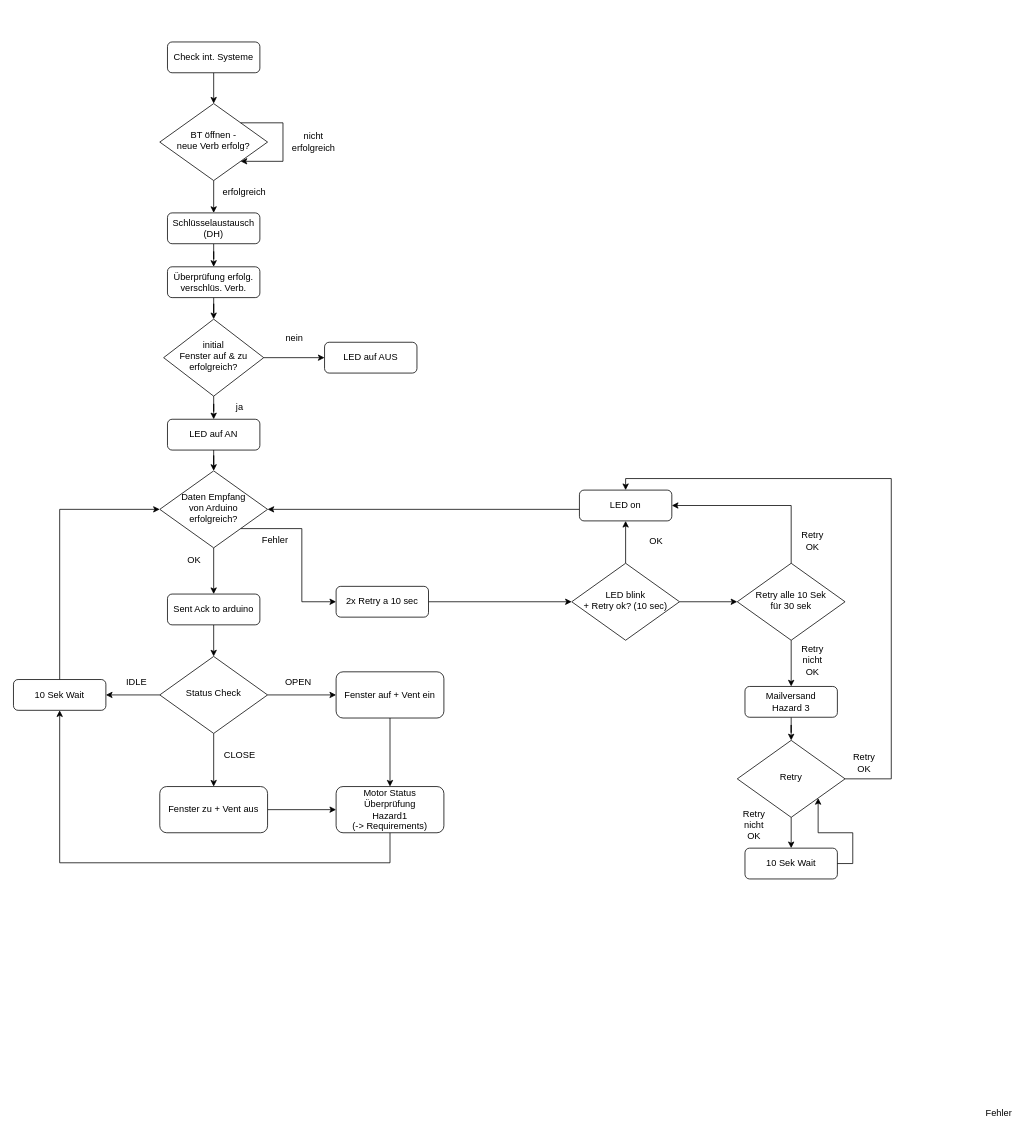
This is Graphic/ablaufdiag_pi.drawio from apg1034/RoomVentilation, a draw.io file, before an edit. Source tidied: cells renumbered, new cells numbered last; positions are measured from the earlier drawing's top-left corner, leaving out a move shared by most shapes. Both pictures are drawn from the tidied source at 77%, with x=0, y=0 at pixel (13, 42).
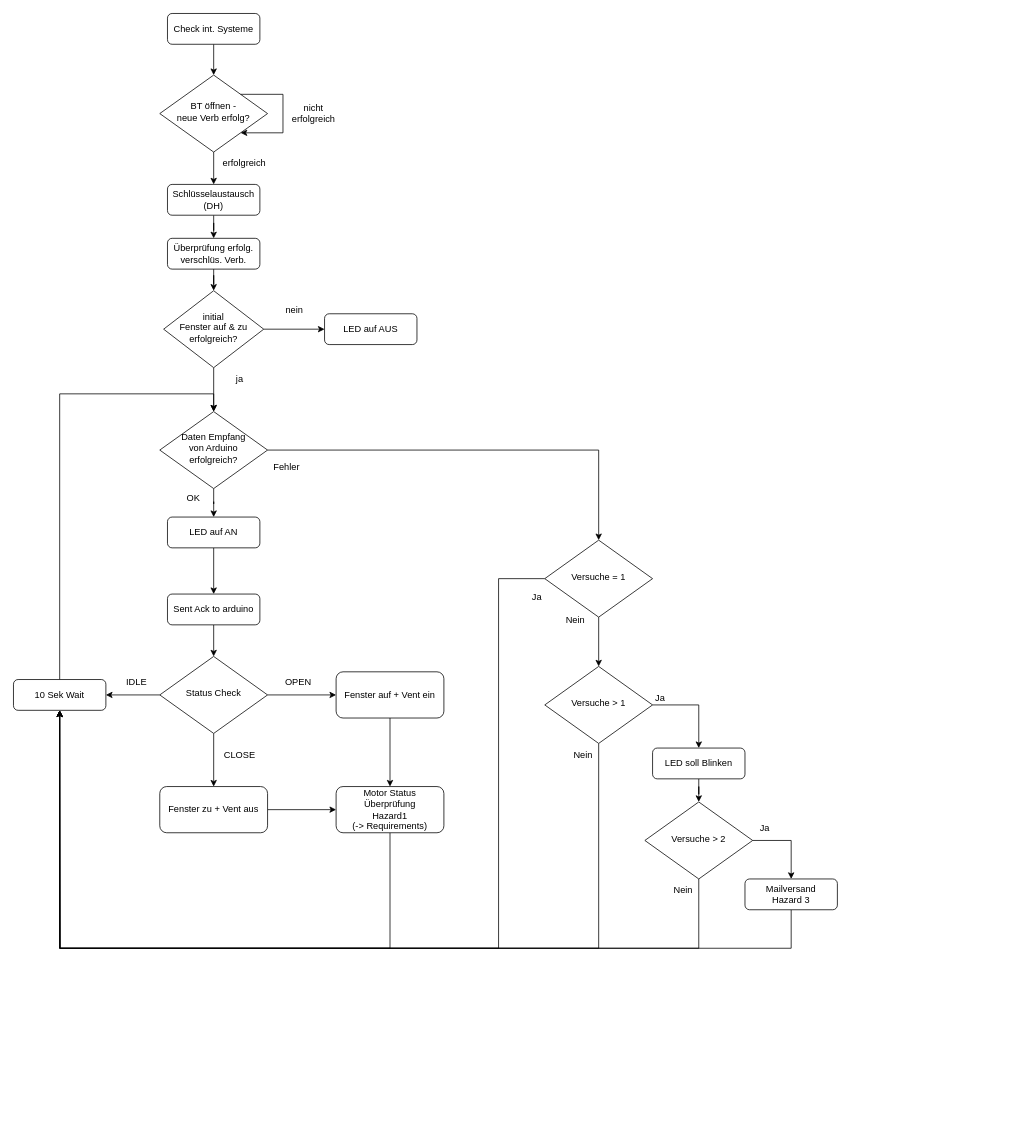
The same page after the edit.

Commit message (it also covers changes not shown here):
Update: Diagramme korrigiert

The change refers to these unchanged cells:
```xml
<mxCell id="47" value="10 Sek Wait" style="rounded=1;whiteSpace=wrap;html=1;fontSize=12;glass=0;strokeWidth=1;shadow=0;" parent="1" vertex="1">
  <mxGeometry y="828" width="120" height="40" as="geometry" />
</mxCell>
<mxCell id="52" value="Motor Status Überprüfung&lt;br&gt;Hazard1&lt;br&gt;(-&amp;gt; Requirements)" style="rounded=1;whiteSpace=wrap;html=1;fontSize=12;glass=0;strokeWidth=1;shadow=0;" parent="1" vertex="1">
  <mxGeometry x="419" y="967" width="140" height="60" as="geometry" />
</mxCell>
<mxCell id="65" value="Sent Ack to arduino" style="rounded=1;whiteSpace=wrap;html=1;fontSize=12;glass=0;strokeWidth=1;shadow=0;" parent="1" vertex="1">
  <mxGeometry x="200" y="717" width="120" height="40" as="geometry" />
</mxCell>
```

The edit, as a diff of the source:
```diff
@@
     <mxCell id="3" value="Check int. Systeme" style="rounded=1;whiteSpace=wrap;html=1;fontSize=12;glass=0;strokeWidth=1;shadow=0;" parent="1" vertex="1">
-      <mxGeometry x="200" width="120" height="40" as="geometry" />
+      <mxGeometry x="200" y="-37" width="120" height="40" as="geometry" />
     </mxCell>
@@
     <mxCell id="5" value="BT öffnen - &lt;br&gt;neue Verb erfolg?" style="rhombus;whiteSpace=wrap;html=1;shadow=0;fontFamily=Helvetica;fontSize=12;align=center;strokeWidth=1;spacing=6;spacingTop=-4;" parent="1" vertex="1">
-      <mxGeometry x="190" y="80" width="140" height="100" as="geometry" />
+      <mxGeometry x="190" y="43" width="140" height="100" as="geometry" />
     </mxCell>
     <mxCell id="6" style="edgeStyle=orthogonalEdgeStyle;rounded=0;orthogonalLoop=1;jettySize=auto;html=1;exitX=1;exitY=0;exitDx=0;exitDy=0;entryX=1;entryY=1;entryDx=0;entryDy=0;" parent="1" edge="1" source="5" target="5">
       <mxGeometry relative="1" as="geometry">
         <Array as="points">
-          <mxPoint x="350" y="105" />
-          <mxPoint x="350" y="155" />
+          <mxPoint x="350" y="68" />
+          <mxPoint x="350" y="118" />
         </Array>
       </mxGeometry>
     </mxCell>
     <mxCell id="7" value="nicht erfolgreich" style="text;html=1;align=center;verticalAlign=middle;whiteSpace=wrap;rounded=0;" parent="1" vertex="1">
-      <mxGeometry x="360" y="115" width="60" height="30" as="geometry" />
+      <mxGeometry x="360" y="78" width="60" height="30" as="geometry" />
     </mxCell>
@@
     <mxCell id="9" value="Schlüsselaustausch (DH)" style="rounded=1;whiteSpace=wrap;html=1;fontSize=12;glass=0;strokeWidth=1;shadow=0;" parent="1" vertex="1">
-      <mxGeometry x="200" y="222" width="120" height="40" as="geometry" />
+      <mxGeometry x="200" y="185" width="120" height="40" as="geometry" />
     </mxCell>
@@
     <mxCell id="11" value="Überprüfung erfolg. verschlüs. Verb." style="rounded=1;whiteSpace=wrap;html=1;fontSize=12;glass=0;strokeWidth=1;shadow=0;" parent="1" vertex="1">
-      <mxGeometry x="200" y="292" width="120" height="40" as="geometry" />
+      <mxGeometry x="200" y="255" width="120" height="40" as="geometry" />
     </mxCell>
     <mxCell id="12" value="erfolgreich" style="text;html=1;align=center;verticalAlign=middle;whiteSpace=wrap;rounded=0;" parent="1" vertex="1">
-      <mxGeometry x="270" y="180" width="60" height="30" as="geometry" />
+      <mxGeometry x="270" y="143" width="60" height="30" as="geometry" />
     </mxCell>
-    <mxCell id="13" style="edgeStyle=orthogonalEdgeStyle;rounded=0;jettySize=auto;html=1;entryX=0;entryY=0.5;entryDx=0;entryDy=0;exitX=1;exitY=1;exitDx=0;exitDy=0;" parent="1" edge="1" source="15" target="18">
+    <mxCell id="13" style="edgeStyle=orthogonalEdgeStyle;rounded=0;jettySize=auto;html=1;entryX=0.5;entryY=0;entryDx=0;entryDy=0;" parent="1" edge="1" source="15" target="73">
       <mxGeometry relative="1" as="geometry" />
     </mxCell>
-    <mxCell id="14" style="edgeStyle=orthogonalEdgeStyle;rounded=0;jettySize=auto;html=1;entryX=0.5;entryY=0;entryDx=0;entryDy=0;" parent="1" edge="1" source="15" target="65">
-      <mxGeometry relative="1" as="geometry" />
-    </mxCell>
+    <mxCell id="66" style="edgeStyle=orthogonalEdgeStyle;rounded=0;jettySize=auto;html=1;" parent="1" edge="1" source="15" target="63">
+      <mxGeometry relative="1" as="geometry" />
+    </mxCell>
     <mxCell id="15" value="Daten Empfang&lt;br&gt;von Arduino&lt;br&gt;erfolgreich?" style="rhombus;whiteSpace=wrap;html=1;shadow=0;fontFamily=Helvetica;fontSize=12;align=center;strokeWidth=1;spacing=6;spacingTop=-4;" parent="1" vertex="1">
-      <mxGeometry x="190" y="557" width="140" height="100" as="geometry" />
+      <mxGeometry x="190" y="480" width="140" height="100" as="geometry" />
     </mxCell>
-    <mxCell id="16" value="OK" style="text;html=1;align=center;verticalAlign=middle;whiteSpace=wrap;rounded=0;" parent="1" vertex="1">
-      <mxGeometry x="205" y="658" width="60" height="30" as="geometry" />
-    </mxCell>
-    <mxCell id="17" style="edgeStyle=orthogonalEdgeStyle;rounded=0;jettySize=auto;html=1;entryX=0;entryY=0.5;entryDx=0;entryDy=0;" parent="1" edge="1" source="18" target="23">
-      <mxGeometry relative="1" as="geometry" />
-    </mxCell>
-    <mxCell id="18" value="2x Retry a 10 sec" style="rounded=1;whiteSpace=wrap;html=1;fontSize=12;glass=0;strokeWidth=1;shadow=0;" parent="1" vertex="1">
-      <mxGeometry x="419" y="707" width="120" height="40" as="geometry" />
-    </mxCell>
     <mxCell id="19" value="Fehler" style="text;html=1;align=center;verticalAlign=middle;whiteSpace=wrap;rounded=0;" parent="1" vertex="1">
-      <mxGeometry x="310" y="632" width="60" height="30" as="geometry" />
+      <mxGeometry x="325" y="537" width="60" height="30" as="geometry" />
     </mxCell>
-    <mxCell id="20" value="Fehler" style="text;html=1;align=center;verticalAlign=middle;whiteSpace=wrap;rounded=0;" parent="1" vertex="1">
-      <mxGeometry x="1250" y="1377" width="60" height="30" as="geometry" />
-    </mxCell>
-    <mxCell id="21" style="edgeStyle=orthogonalEdgeStyle;rounded=0;jettySize=auto;html=1;entryX=0.5;entryY=1;entryDx=0;entryDy=0;" parent="1" edge="1" source="23" target="25">
-      <mxGeometry relative="1" as="geometry" />
-    </mxCell>
-    <mxCell id="22" style="edgeStyle=orthogonalEdgeStyle;rounded=0;jettySize=auto;html=1;entryX=0;entryY=0.5;entryDx=0;entryDy=0;" parent="1" edge="1" source="23" target="29">
-      <mxGeometry relative="1" as="geometry" />
-    </mxCell>
-    <mxCell id="23" value="LED blink&lt;br&gt;+ Retry ok? (10 sec)" style="rhombus;whiteSpace=wrap;html=1;shadow=0;fontFamily=Helvetica;fontSize=12;align=center;strokeWidth=1;spacing=6;spacingTop=-4;" parent="1" vertex="1">
-      <mxGeometry x="725" y="677" width="140" height="100" as="geometry" />
-    </mxCell>
-    <mxCell id="24" style="edgeStyle=orthogonalEdgeStyle;rounded=0;jettySize=auto;html=1;entryX=1;entryY=0.5;entryDx=0;entryDy=0;" parent="1" edge="1" source="25" target="15">
-      <mxGeometry relative="1" as="geometry">
-        <Array as="points">
-          <mxPoint x="330" y="607" />
-          <mxPoint x="330" y="607" />
-        </Array>
-      </mxGeometry>
-    </mxCell>
-    <mxCell id="25" value="LED on" style="rounded=1;whiteSpace=wrap;html=1;fontSize=12;glass=0;strokeWidth=1;shadow=0;" parent="1" vertex="1">
-      <mxGeometry x="735" y="582" width="120" height="40" as="geometry" />
-    </mxCell>
-    <mxCell id="26" value="OK" style="text;html=1;align=center;verticalAlign=middle;whiteSpace=wrap;rounded=0;" parent="1" vertex="1">
-      <mxGeometry x="805" y="634" width="60" height="30" as="geometry" />
+    <mxCell id="26" value="Ja" style="text;html=1;align=center;verticalAlign=middle;whiteSpace=wrap;rounded=0;" parent="1" vertex="1">
+      <mxGeometry x="650" y="706" width="60" height="30" as="geometry" />
     </mxCell>
-    <mxCell id="27" style="edgeStyle=orthogonalEdgeStyle;rounded=0;jettySize=auto;html=1;entryX=1;entryY=0.5;entryDx=0;entryDy=0;exitX=0.5;exitY=0;exitDx=0;exitDy=0;" parent="1" edge="1" source="29" target="25">
-      <mxGeometry relative="1" as="geometry" />
-    </mxCell>
-    <mxCell id="28" style="edgeStyle=orthogonalEdgeStyle;rounded=0;jettySize=auto;html=1;entryX=0.5;entryY=0;entryDx=0;entryDy=0;" parent="1" edge="1" source="29" target="32">
-      <mxGeometry relative="1" as="geometry" />
-    </mxCell>
-    <mxCell id="29" value="Retry alle 10 Sek&lt;br&gt;für 30 sek" style="rhombus;whiteSpace=wrap;html=1;shadow=0;fontFamily=Helvetica;fontSize=12;align=center;strokeWidth=1;spacing=6;spacingTop=-4;" parent="1" vertex="1">
-      <mxGeometry x="940" y="677" width="140" height="100" as="geometry" />
-    </mxCell>
-    <mxCell id="30" value="&lt;div&gt;Retry&lt;/div&gt;OK" style="text;html=1;align=center;verticalAlign=middle;whiteSpace=wrap;rounded=0;" parent="1" vertex="1">
-      <mxGeometry x="1003" y="627" width="70" height="42" as="geometry" />
-    </mxCell>
-    <mxCell id="31" style="edgeStyle=orthogonalEdgeStyle;rounded=0;jettySize=auto;html=1;entryX=0.5;entryY=0;entryDx=0;entryDy=0;" parent="1" edge="1" source="32" target="36">
-      <mxGeometry relative="1" as="geometry" />
-    </mxCell>
+    <mxCell id="67" style="edgeStyle=orthogonalEdgeStyle;rounded=0;jettySize=auto;html=1;exitX=0.5;exitY=1;exitDx=0;exitDy=0;entryX=0.5;entryY=1;entryDx=0;entryDy=0;" parent="1" edge="1" source="32" target="47">
+      <mxGeometry relative="1" as="geometry">
+        <Array as="points">
+          <mxPoint x="1010" y="1177" />
+          <mxPoint x="60" y="1177" />
+        </Array>
+      </mxGeometry>
+    </mxCell>
     <mxCell id="32" value="Mailversand&lt;br&gt;Hazard 3" style="rounded=1;whiteSpace=wrap;html=1;fontSize=12;glass=0;strokeWidth=1;shadow=0;" parent="1" vertex="1">
-      <mxGeometry x="950" y="837" width="120" height="40" as="geometry" />
+      <mxGeometry x="950" y="1087" width="120" height="40" as="geometry" />
     </mxCell>
-    <mxCell id="33" value="&lt;div&gt;Retry&lt;/div&gt;&lt;div&gt;nicht&lt;/div&gt;OK" style="text;html=1;align=center;verticalAlign=middle;whiteSpace=wrap;rounded=0;" parent="1" vertex="1">
-      <mxGeometry x="996" y="777" width="84" height="52" as="geometry" />
-    </mxCell>
-    <mxCell id="34" style="edgeStyle=orthogonalEdgeStyle;rounded=0;jettySize=auto;html=1;entryX=0.5;entryY=0;entryDx=0;entryDy=0;" parent="1" edge="1" source="36" target="25">
-      <mxGeometry relative="1" as="geometry">
-        <Array as="points">
-          <mxPoint x="1140" y="957" />
-          <mxPoint x="1140" y="567" />
-          <mxPoint x="795" y="567" />
-        </Array>
-      </mxGeometry>
-    </mxCell>
-    <mxCell id="35" style="edgeStyle=orthogonalEdgeStyle;rounded=0;jettySize=auto;html=1;entryX=0.5;entryY=0;entryDx=0;entryDy=0;" parent="1" edge="1" source="36" target="38">
-      <mxGeometry relative="1" as="geometry" />
-    </mxCell>
-    <mxCell id="36" value="Retry" style="rhombus;whiteSpace=wrap;html=1;shadow=0;fontFamily=Helvetica;fontSize=12;align=center;strokeWidth=1;spacing=6;spacingTop=-4;" parent="1" vertex="1">
-      <mxGeometry x="940" y="907" width="140" height="100" as="geometry" />
-    </mxCell>
-    <mxCell id="37" value="&lt;div&gt;Retry&lt;/div&gt;OK" style="text;html=1;align=center;verticalAlign=middle;whiteSpace=wrap;rounded=0;" parent="1" vertex="1">
-      <mxGeometry x="1070" y="915" width="70" height="42" as="geometry" />
-    </mxCell>
-    <mxCell id="38" value="10 Sek Wait" style="rounded=1;whiteSpace=wrap;html=1;fontSize=12;glass=0;strokeWidth=1;shadow=0;" parent="1" vertex="1">
-      <mxGeometry x="950" y="1047" width="120" height="40" as="geometry" />
-    </mxCell>
-    <mxCell id="39" value="&lt;div&gt;Retry&lt;/div&gt;&lt;div&gt;nicht&lt;/div&gt;OK" style="text;html=1;align=center;verticalAlign=middle;whiteSpace=wrap;rounded=0;" parent="1" vertex="1">
-      <mxGeometry x="920" y="991" width="84" height="52" as="geometry" />
-    </mxCell>
-    <mxCell id="40" style="edgeStyle=orthogonalEdgeStyle;rounded=0;jettySize=auto;html=1;entryX=1;entryY=1;entryDx=0;entryDy=0;exitX=1;exitY=0.5;exitDx=0;exitDy=0;" parent="1" edge="1" source="38" target="36">
-      <mxGeometry relative="1" as="geometry" />
-    </mxCell>
@@
-    <mxCell id="46" style="edgeStyle=orthogonalEdgeStyle;rounded=0;jettySize=auto;html=1;entryX=0;entryY=0.5;entryDx=0;entryDy=0;exitX=0.5;exitY=0;exitDx=0;exitDy=0;" parent="1" edge="1" source="47" target="15">
-      <mxGeometry relative="1" as="geometry" />
+    <mxCell id="46" style="edgeStyle=orthogonalEdgeStyle;rounded=0;jettySize=auto;html=1;exitX=0.5;exitY=0;exitDx=0;exitDy=0;entryX=0.5;entryY=0;entryDx=0;entryDy=0;" parent="1" edge="1" source="47" target="15">
+      <mxGeometry relative="1" as="geometry">
+        <Array as="points">
+          <mxPoint x="60" y="457" />
+          <mxPoint x="260" y="457" />
+        </Array>
+      </mxGeometry>
     </mxCell>
@@
     <mxCell id="51" style="edgeStyle=orthogonalEdgeStyle;rounded=0;jettySize=auto;html=1;entryX=0.5;entryY=1;entryDx=0;entryDy=0;" parent="1" edge="1" source="52" target="47">
       <mxGeometry relative="1" as="geometry">
         <Array as="points">
-          <mxPoint x="489" y="1066" />
-          <mxPoint x="60" y="1066" />
+          <mxPoint x="489" y="1177" />
+          <mxPoint x="60" y="1177" />
         </Array>
       </mxGeometry>
     </mxCell>
@@
-    <mxCell id="57" style="edgeStyle=orthogonalEdgeStyle;rounded=0;jettySize=auto;html=1;entryX=0.5;entryY=0;entryDx=0;entryDy=0;" parent="1" edge="1" source="63" target="15">
-      <mxGeometry relative="1" as="geometry" />
-    </mxCell>
+    <mxCell id="68" style="edgeStyle=orthogonalEdgeStyle;rounded=0;jettySize=auto;html=1;" parent="1" edge="1" source="58" target="15">
+      <mxGeometry relative="1" as="geometry" />
+    </mxCell>
     <mxCell id="58" value="initial&lt;br&gt;Fenster auf &amp;amp; zu&lt;br&gt;erfolgreich?" style="rhombus;whiteSpace=wrap;html=1;shadow=0;fontFamily=Helvetica;fontSize=12;align=center;strokeWidth=1;spacing=6;spacingTop=-4;" parent="1" vertex="1">
-      <mxGeometry x="195" y="360" width="130" height="100" as="geometry" />
+      <mxGeometry x="195" y="323" width="130" height="100" as="geometry" />
     </mxCell>
     <mxCell id="59" value="LED auf AUS" style="rounded=1;whiteSpace=wrap;html=1;fontSize=12;glass=0;strokeWidth=1;shadow=0;" parent="1" vertex="1">
-      <mxGeometry x="404" y="390" width="120" height="40" as="geometry" />
+      <mxGeometry x="404" y="353" width="120" height="40" as="geometry" />
     </mxCell>
     <mxCell id="60" value="nein" style="text;html=1;align=center;verticalAlign=middle;whiteSpace=wrap;rounded=0;" parent="1" vertex="1">
-      <mxGeometry x="335" y="370" width="60" height="30" as="geometry" />
+      <mxGeometry x="335" y="333" width="60" height="30" as="geometry" />
     </mxCell>
     <mxCell id="61" value="ja" style="text;html=1;align=center;verticalAlign=middle;whiteSpace=wrap;rounded=0;" parent="1" vertex="1">
-      <mxGeometry x="264" y="460" width="60" height="30" as="geometry" />
+      <mxGeometry x="264" y="423" width="60" height="30" as="geometry" />
     </mxCell>
-    <mxCell id="62" style="edgeStyle=orthogonalEdgeStyle;rounded=0;jettySize=auto;html=1;entryX=0.5;entryY=0;entryDx=0;entryDy=0;" parent="1" edge="1" source="58" target="63">
-      <mxGeometry relative="1" as="geometry" />
-    </mxCell>
+    <mxCell id="69" style="edgeStyle=orthogonalEdgeStyle;rounded=0;jettySize=auto;html=1;" parent="1" edge="1" source="63" target="65">
+      <mxGeometry relative="1" as="geometry" />
+    </mxCell>
     <mxCell id="63" value="LED auf AN" style="rounded=1;whiteSpace=wrap;html=1;fontSize=12;glass=0;strokeWidth=1;shadow=0;" parent="1" vertex="1">
-      <mxGeometry x="200" y="490" width="120" height="40" as="geometry" />
+      <mxGeometry x="200" y="617" width="120" height="40" as="geometry" />
     </mxCell>
@@
+    <mxCell id="70" style="edgeStyle=orthogonalEdgeStyle;rounded=0;jettySize=auto;html=1;exitX=0;exitY=0.5;exitDx=0;exitDy=0;entryX=0.5;entryY=1;entryDx=0;entryDy=0;" parent="1" edge="1" source="73" target="47">
+      <mxGeometry relative="1" as="geometry">
+        <Array as="points">
+          <mxPoint x="630" y="697" />
+          <mxPoint x="630" y="1177" />
+          <mxPoint x="61" y="1177" />
+        </Array>
+      </mxGeometry>
+    </mxCell>
+    <mxCell id="71" style="edgeStyle=orthogonalEdgeStyle;rounded=0;jettySize=auto;html=1;entryX=0.5;entryY=1;entryDx=0;entryDy=0;exitX=0.5;exitY=1;exitDx=0;exitDy=0;" parent="1" edge="1" source="75" target="47">
+      <mxGeometry relative="1" as="geometry">
+        <Array as="points">
+          <mxPoint x="760" y="1177" />
+          <mxPoint x="60" y="1177" />
+        </Array>
+      </mxGeometry>
+    </mxCell>
+    <mxCell id="72" style="edgeStyle=orthogonalEdgeStyle;rounded=0;jettySize=auto;html=1;" parent="1" edge="1" source="73" target="75">
+      <mxGeometry relative="1" as="geometry" />
+    </mxCell>
+    <mxCell id="73" value="Versuche = 1" style="rhombus;whiteSpace=wrap;html=1;shadow=0;fontFamily=Helvetica;fontSize=12;align=center;strokeWidth=1;spacing=6;spacingTop=-4;" parent="1" vertex="1">
+      <mxGeometry x="690" y="647" width="140" height="100" as="geometry" />
+    </mxCell>
+    <mxCell id="74" style="edgeStyle=orthogonalEdgeStyle;rounded=0;jettySize=auto;html=1;entryX=0.5;entryY=0;entryDx=0;entryDy=0;exitX=1;exitY=0.5;exitDx=0;exitDy=0;" parent="1" edge="1" source="75" target="83">
+      <mxGeometry relative="1" as="geometry" />
+    </mxCell>
+    <mxCell id="75" value="Versuche &amp;gt; 1" style="rhombus;whiteSpace=wrap;html=1;shadow=0;fontFamily=Helvetica;fontSize=12;align=center;strokeWidth=1;spacing=6;spacingTop=-4;" parent="1" vertex="1">
+      <mxGeometry x="690" y="811" width="140" height="100" as="geometry" />
+    </mxCell>
+    <mxCell id="76" style="edgeStyle=orthogonalEdgeStyle;rounded=0;jettySize=auto;html=1;exitX=1;exitY=0.5;exitDx=0;exitDy=0;" parent="1" edge="1" source="77" target="32">
+      <mxGeometry relative="1" as="geometry" />
+    </mxCell>
+    <mxCell id="77" value="Versuche &amp;gt; 2" style="rhombus;whiteSpace=wrap;html=1;shadow=0;fontFamily=Helvetica;fontSize=12;align=center;strokeWidth=1;spacing=6;spacingTop=-4;" parent="1" vertex="1">
+      <mxGeometry x="820" y="987" width="140" height="100" as="geometry" />
+    </mxCell>
+    <mxCell id="78" value="Nein" style="text;html=1;align=center;verticalAlign=middle;whiteSpace=wrap;rounded=0;" parent="1" vertex="1">
+      <mxGeometry x="700" y="736" width="60" height="30" as="geometry" />
+    </mxCell>
+    <mxCell id="79" value="Ja" style="text;html=1;align=center;verticalAlign=middle;whiteSpace=wrap;rounded=0;" parent="1" vertex="1">
+      <mxGeometry x="810" y="838" width="60" height="30" as="geometry" />
+    </mxCell>
+    <mxCell id="80" value="Nein" style="text;html=1;align=center;verticalAlign=middle;whiteSpace=wrap;rounded=0;" parent="1" vertex="1">
+      <mxGeometry x="710" y="911" width="60" height="30" as="geometry" />
+    </mxCell>
+    <mxCell id="81" style="edgeStyle=orthogonalEdgeStyle;rounded=0;jettySize=auto;html=1;entryX=0.5;entryY=1;entryDx=0;entryDy=0;exitX=0.5;exitY=1;exitDx=0;exitDy=0;" parent="1" edge="1" source="77" target="47">
+      <mxGeometry relative="1" as="geometry">
+        <Array as="points">
+          <mxPoint x="890" y="1177" />
+          <mxPoint x="60" y="1177" />
+        </Array>
+      </mxGeometry>
+    </mxCell>
+    <mxCell id="82" style="edgeStyle=orthogonalEdgeStyle;rounded=0;jettySize=auto;html=1;" parent="1" edge="1" source="83" target="77">
+      <mxGeometry relative="1" as="geometry" />
+    </mxCell>
+    <mxCell id="83" value="LED soll Blinken" style="rounded=1;whiteSpace=wrap;html=1;fontSize=12;glass=0;strokeWidth=1;shadow=0;" parent="1" vertex="1">
+      <mxGeometry x="830" y="917" width="120" height="40" as="geometry" />
+    </mxCell>
+    <mxCell id="84" value="Ja" style="text;html=1;align=center;verticalAlign=middle;whiteSpace=wrap;rounded=0;" parent="1" vertex="1">
+      <mxGeometry x="946" y="1006" width="60" height="30" as="geometry" />
+    </mxCell>
+    <mxCell id="85" value="Nein" style="text;html=1;align=center;verticalAlign=middle;whiteSpace=wrap;rounded=0;" parent="1" vertex="1">
+      <mxGeometry x="840" y="1087" width="60" height="30" as="geometry" />
+    </mxCell>
+    <mxCell id="16" value="OK" style="text;html=1;align=center;verticalAlign=middle;whiteSpace=wrap;rounded=0;" parent="1" vertex="1">
+      <mxGeometry x="204" y="577" width="60" height="30" as="geometry" />
+    </mxCell>
```
